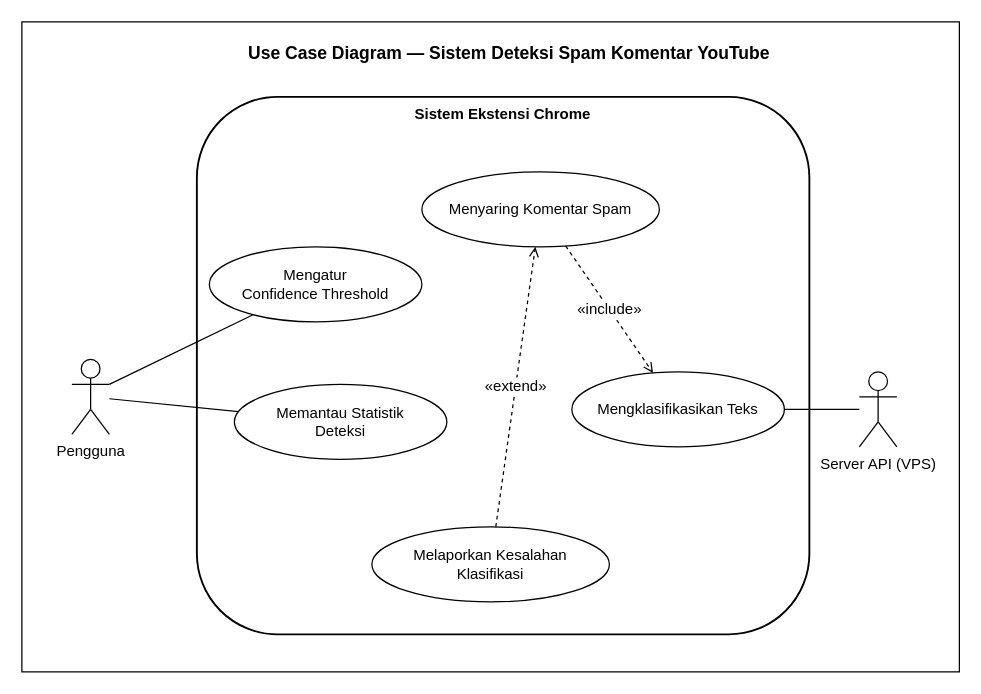
Before: diagram/use_case_diagram.drawio in yusufwdn/judol-detector, a draw.io diagram. Source tidied: cells renumbered, new cells numbered last; positions are measured from the earlier drawing's top-left corner, leaving out a move shared by most shapes. Both pictures are drawn from the tidied source at 125%, with x=0, y=0 at pixel (-41, 21).
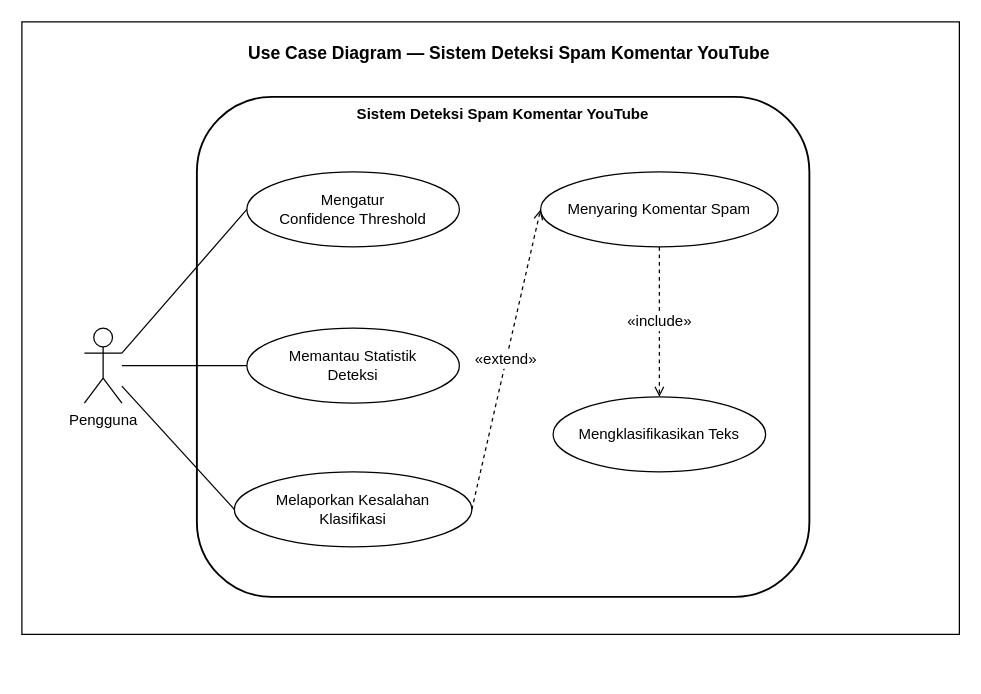
After the change.

Commit message (it also covers changes not shown here):
feat: Add Chapter V: Conclusions and Recommendations; update use case diagram and related documentation

Diff of the diagram source:
```diff
@@
     <mxCell id="2" style="rounded=0;whiteSpace=wrap;html=1;fontSize=12;" parent="1" vertex="1">
-      <mxGeometry x="50" width="750" height="520" as="geometry" />
+      <mxGeometry x="50" width="750" height="490" as="geometry" />
     </mxCell>
@@
-    <mxCell id="4" value="Sistem Ekstensi Chrome" style="rounded=1;whiteSpace=wrap;html=1;strokeWidth=1.5;strokeDasharray=8 4;fontSize=12;fontStyle=1;verticalAlign=top;" parent="1" vertex="1">
-      <mxGeometry x="190" y="60" width="490" height="430" as="geometry" />
+    <mxCell id="4" value="Sistem Deteksi Spam Komentar YouTube" style="rounded=1;whiteSpace=wrap;html=1;strokeWidth=1.5;strokeDasharray=8 4;fontSize=12;fontStyle=1;verticalAlign=top;" parent="1" vertex="1">
+      <mxGeometry x="190" y="60" width="490" height="400" as="geometry" />
     </mxCell>
@@
     <mxCell id="13" value="Menyaring Komentar Spam" style="ellipse;whiteSpace=wrap;html=1;fontSize=12;" parent="1" vertex="1">
-      <mxGeometry x="370" y="120" width="190" height="60" as="geometry" />
+      <mxGeometry x="465" y="120" width="190" height="60" as="geometry" />
     </mxCell>
     <mxCell id="14" value="Mengklasifikasikan Teks" style="ellipse;whiteSpace=wrap;html=1;fontSize=12;" parent="1" vertex="1">
-      <mxGeometry x="490" y="280" width="170" height="60" as="geometry" />
+      <mxGeometry x="475" y="300" width="170" height="60" as="geometry" />
     </mxCell>
     <mxCell id="15" value="Mengatur&#10;Confidence Threshold" style="ellipse;whiteSpace=wrap;html=1;fontSize=12;" parent="1" vertex="1">
-      <mxGeometry x="200" y="180" width="170" height="60" as="geometry" />
+      <mxGeometry x="230" y="120" width="170" height="60" as="geometry" />
     </mxCell>
     <mxCell id="16" value="Memantau Statistik&#10;Deteksi" style="ellipse;whiteSpace=wrap;html=1;fontSize=12;" parent="1" vertex="1">
-      <mxGeometry x="220" y="290" width="170" height="60" as="geometry" />
+      <mxGeometry x="230" y="245" width="170" height="60" as="geometry" />
     </mxCell>
     <mxCell id="17" value="Melaporkan Kesalahan&#10;Klasifikasi" style="ellipse;whiteSpace=wrap;html=1;fontSize=12;" parent="1" vertex="1">
-      <mxGeometry x="330" y="404" width="190" height="60" as="geometry" />
+      <mxGeometry x="220" y="360" width="190" height="60" as="geometry" />
     </mxCell>
@@
-    <mxCell id="19" style="endArrow=none;html=1;exitX=1;exitY=0.3333333333333333;exitDx=0;exitDy=0;exitPerimeter=0;fontSize=12;" parent="1" edge="1" source="24" target="15">
+    <mxCell id="19" style="endArrow=none;html=1;exitX=1;exitY=0.3333333333333333;exitDx=0;exitDy=0;exitPerimeter=0;fontSize=12;entryX=0;entryY=0.5;entryDx=0;entryDy=0;" parent="1" edge="1" source="24" target="15">
       <mxGeometry relative="1" as="geometry" />
     </mxCell>
-    <mxCell id="20" style="endArrow=none;html=1;fontSize=12;" parent="1" edge="1" source="24" target="16">
+    <mxCell id="20" style="endArrow=none;html=1;fontSize=12;entryX=0;entryY=0.5;entryDx=0;entryDy=0;" parent="1" edge="1" source="24" target="16">
       <mxGeometry relative="1" as="geometry" />
     </mxCell>
-    <mxCell id="21" style="endArrow=none;html=1;fontSize=12;" parent="1" edge="1" source="25" target="14">
-      <mxGeometry relative="1" as="geometry" />
-    </mxCell>
@@
-    <mxCell id="23" value="«extend»" style="endArrow=open;endFill=0;html=1;dashed=1;fontSize=12;" parent="1" edge="1" source="17" target="13">
+    <mxCell id="23" value="«extend»" style="endArrow=open;endFill=0;html=1;dashed=1;fontSize=12;exitX=1;exitY=0.5;exitDx=0;exitDy=0;entryX=0;entryY=0.5;entryDx=0;entryDy=0;" parent="1" edge="1" source="17" target="13">
       <mxGeometry relative="1" as="geometry" />
     </mxCell>
     <mxCell id="24" value="Pengguna" style="shape=umlActor;verticalLabelPosition=bottom;verticalAlign=top;html=1;outlineConnect=0;fontSize=12;" parent="1" vertex="1">
-      <mxGeometry x="90" y="270" width="30" height="60" as="geometry" />
+      <mxGeometry x="100" y="245" width="30" height="60" as="geometry" />
     </mxCell>
-    <mxCell id="25" value="&lt;span&gt;Server API (VPS)&lt;/span&gt;" style="shape=umlActor;verticalLabelPosition=bottom;verticalAlign=top;html=1;outlineConnect=0;fontSize=12;" parent="1" vertex="1">
-      <mxGeometry x="720" y="280" width="30" height="60" as="geometry" />
-    </mxCell>
+    <mxCell id="26" style="endArrow=none;html=1;fontSize=12;entryX=0;entryY=0.5;entryDx=0;entryDy=0;" parent="1" edge="1" source="24" target="17">
+      <mxGeometry relative="1" as="geometry" />
+    </mxCell>
```
